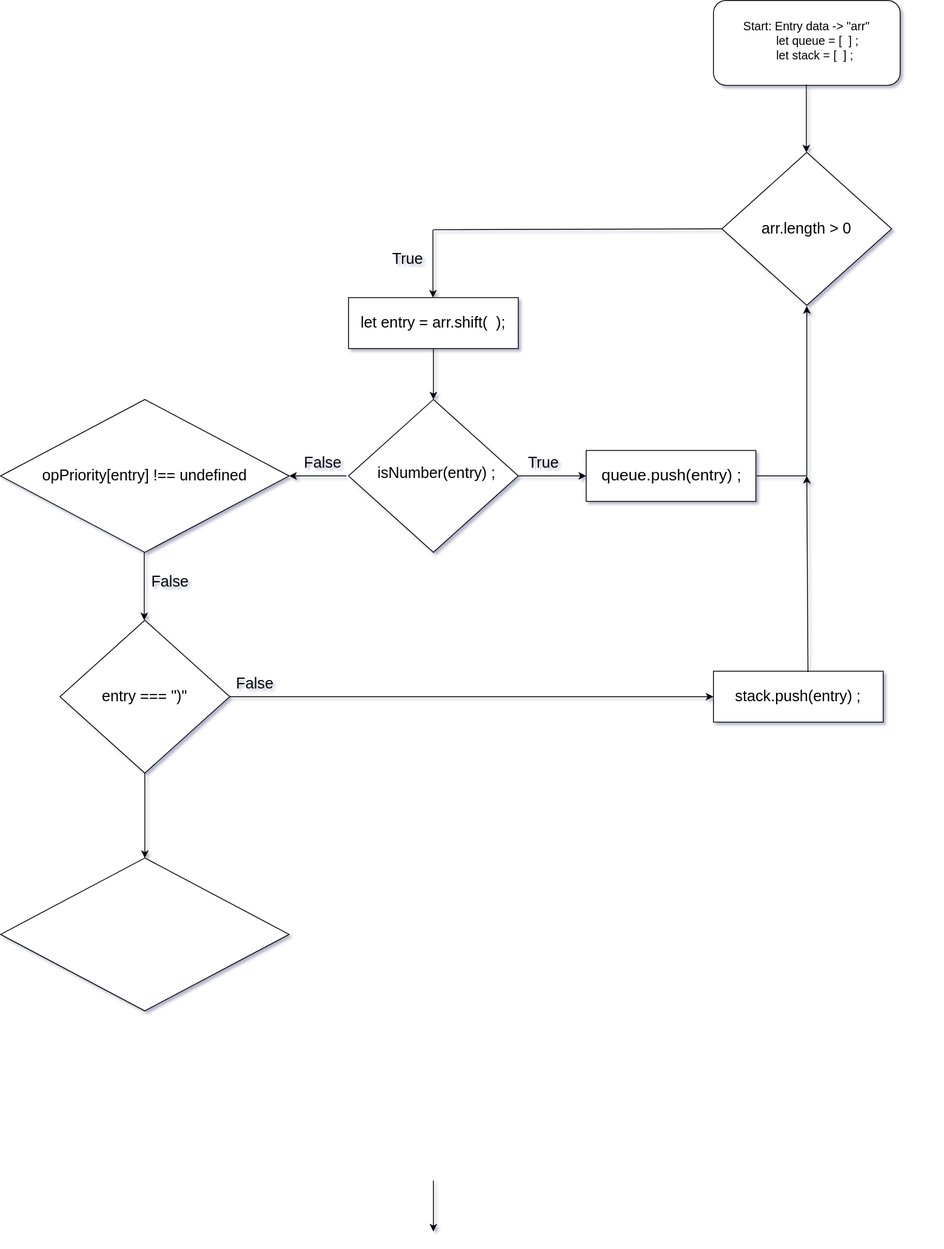
Before: Untitled Diagram.drawio.svg, a diagram exported from draw.io (jcgm3205/jcgm3205). Source tidied: cells renumbered, new cells last; positions are measured from the earlier drawing's top-left corner, leaving out a move shared by most shapes.
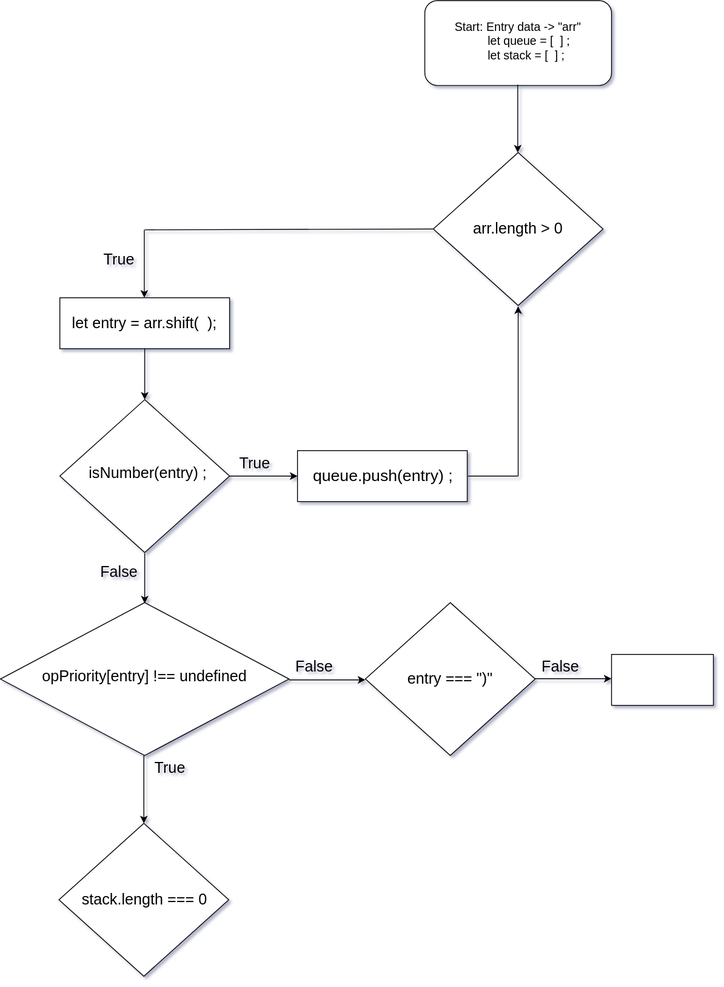
The same file after the commit.

The edit, as a diff of the source:
```diff
@@ -41,32 +41,30 @@
     <mxCell id="12" value="isNumber(entry) ;" style="text;html=1;strokeColor=none;fillColor=none;align=center;verticalAlign=middle;whiteSpace=wrap;rounded=0;fontSize=18;" parent="1" vertex="1">
       <mxGeometry x="434" y="507" width="160" height="100" as="geometry" />
     </mxCell>
-    <mxCell id="13" style="endArrow=classic;html=1;rounded=0;fontSize=18;entryX=1;entryY=0.5;entryDx=0;entryDy=0;" parent="1" edge="1" target="15">
+    <mxCell id="13" style="endArrow=classic;html=1;rounded=0;fontSize=18;" parent="1" edge="1">
       <mxGeometry relative="1" as="geometry">
-        <mxPoint x="407.6" y="560" as="sourcePoint" />
+        <mxPoint x="510" y="651" as="sourcePoint" />
+        <mxPoint x="510" y="710" as="targetPoint" />
       </mxGeometry>
     </mxCell>
     <mxCell id="14" value="False" style="text;html=1;strokeColor=none;fillColor=none;align=center;verticalAlign=middle;whiteSpace=wrap;rounded=0;fontSize=18;" parent="1" vertex="1">
-      <mxGeometry x="350" y="530" width="60" height="30" as="geometry" />
+      <mxGeometry x="450" y="658" width="60" height="30" as="geometry" />
     </mxCell>
     <mxCell id="15" style="rhombus;whiteSpace=wrap;html=1;fontSize=14;" parent="1" vertex="1">
-      <mxGeometry y="470" width="340" height="180" as="geometry" />
+      <mxGeometry x="340" y="709" width="340" height="180" as="geometry" />
     </mxCell>
     <mxCell id="16" value="opPriority[entry] !== undefined" style="text;html=1;strokeColor=none;fillColor=none;align=center;verticalAlign=middle;whiteSpace=wrap;rounded=0;fontSize=18;" parent="1" vertex="1">
-      <mxGeometry x="40" y="520" width="260" height="80" as="geometry" />
+      <mxGeometry x="380" y="756" width="260" height="80" as="geometry" />
     </mxCell>
     <mxCell id="17" style="endArrow=classic;html=1;rounded=0;fontSize=18;" parent="1" edge="1">
       <mxGeometry relative="1" as="geometry">
-        <mxPoint x="169.3" y="650" as="sourcePoint" />
-        <mxPoint x="169.3" y="730" as="targetPoint" />
+        <mxPoint x="509" y="889" as="sourcePoint" />
+        <mxPoint x="509" y="969" as="targetPoint" />
       </mxGeometry>
     </mxCell>
     <mxCell id="18" style="rhombus;whiteSpace=wrap;html=1;fontSize=14;" parent="1" vertex="1">
-      <mxGeometry x="70" y="730" width="200" height="180" as="geometry" />
+      <mxGeometry x="409" y="969" width="200" height="180" as="geometry" />
     </mxCell>
-    <mxCell id="19" style="endArrow=classic;html=1;rounded=0;fontSize=18;exitX=0.5;exitY=1;exitDx=0;exitDy=0;entryX=0.5;entryY=0;entryDx=0;entryDy=0;" parent="1" edge="1" source="18" target="32">
-      <mxGeometry relative="1" as="geometry" />
-    </mxCell>
     <mxCell id="20" style="endArrow=none;html=1;rounded=0;exitX=0;exitY=0.5;exitDx=0;exitDy=0;" parent="1" edge="1" source="5">
       <mxGeometry relative="1" as="geometry">
         <mxPoint x="510" y="270" as="targetPoint" />
@@ -105,37 +103,38 @@
         <mxPoint x="950" y="560" as="targetPoint" />
       </mxGeometry>
     </mxCell>
-    <mxCell id="28" style="rounded=0;whiteSpace=wrap;html=1;fontSize=19;" parent="1" vertex="1">
-      <mxGeometry x="840" y="790" width="200" height="60" as="geometry" />
-    </mxCell>
-    <mxCell id="29" style="endArrow=classic;html=1;rounded=0;fontSize=19;exitX=0.557;exitY=0.017;exitDx=0;exitDy=0;exitPerimeter=0;" parent="1" edge="1" source="31">
-      <mxGeometry relative="1" as="geometry">
-        <mxPoint x="950" y="560" as="targetPoint" />
-      </mxGeometry>
-    </mxCell>
-    <mxCell id="30" style="endArrow=classic;html=1;rounded=0;fontSize=19;entryX=0;entryY=0.5;entryDx=0;entryDy=0;exitX=1;exitY=0.5;exitDx=0;exitDy=0;" parent="1" edge="1" source="18" target="28">
-      <mxGeometry relative="1" as="geometry" />
-    </mxCell>
-    <mxCell id="31" value="&lt;font style=&quot;font-size: 18px&quot;&gt;stack.push(entry) ;&lt;/font&gt;" style="text;html=1;strokeColor=none;fillColor=none;align=center;verticalAlign=middle;whiteSpace=wrap;rounded=0;fontSize=19;" parent="1" vertex="1">
-      <mxGeometry x="840" y="790" width="200" height="60" as="geometry" />
-    </mxCell>
-    <mxCell id="32" style="rhombus;whiteSpace=wrap;html=1;fontSize=14;" parent="1" vertex="1">
-      <mxGeometry y="1010" width="340" height="180" as="geometry" />
-    </mxCell>
-    <mxCell id="33" style="endArrow=classic;html=1;rounded=0;fontSize=18;" parent="1" edge="1">
-      <mxGeometry relative="1" as="geometry">
-        <mxPoint x="510" y="1390" as="sourcePoint" />
-        <mxPoint x="510" y="1450" as="targetPoint" />
-      </mxGeometry>
-    </mxCell>
-    <mxCell id="34" value="False" style="text;html=1;strokeColor=none;fillColor=none;align=center;verticalAlign=middle;whiteSpace=wrap;rounded=0;fontSize=18;" parent="1" vertex="1">
-      <mxGeometry x="170" y="670" width="60" height="30" as="geometry" />
-    </mxCell>
+    <mxCell id="37" style="endArrow=classic;html=1;rounded=0;fontSize=18;" parent="1" edge="1">
+      <mxGeometry relative="1" as="geometry">
+        <mxPoint x="680" y="800" as="sourcePoint" />
+        <mxPoint x="770" y="800" as="targetPoint" />
+      </mxGeometry>
+    </mxCell>
+    <mxCell id="38" style="rhombus;whiteSpace=wrap;html=1;fontSize=14;" parent="1" vertex="1">
+      <mxGeometry x="770" y="709" width="200" height="180" as="geometry" />
+    </mxCell>
     <mxCell id="35" value="entry === &quot;)&quot;" style="text;html=1;strokeColor=none;fillColor=none;align=center;verticalAlign=middle;whiteSpace=wrap;rounded=0;fontSize=18;" parent="1" vertex="1">
-      <mxGeometry x="97" y="790" width="146" height="60" as="geometry" />
+      <mxGeometry x="790" y="749" width="160" height="100" as="geometry" />
     </mxCell>
-    <mxCell id="36" value="False" style="text;html=1;strokeColor=none;fillColor=none;align=center;verticalAlign=middle;whiteSpace=wrap;rounded=0;fontSize=18;" parent="1" vertex="1">
-      <mxGeometry x="270" y="790" width="60" height="30" as="geometry" />
-    </mxCell>
+    <mxCell id="39" value="False" style="text;html=1;strokeColor=none;fillColor=none;align=center;verticalAlign=middle;whiteSpace=wrap;rounded=0;fontSize=18;" parent="1" vertex="1">
+      <mxGeometry x="680" y="770" width="60" height="30" as="geometry" />
+    </mxCell>
+    <mxCell id="40" value="False" style="text;html=1;strokeColor=none;fillColor=none;align=center;verticalAlign=middle;whiteSpace=wrap;rounded=0;fontSize=18;" parent="1" vertex="1">
+      <mxGeometry x="970" y="770" width="60" height="30" as="geometry" />
+    </mxCell>
+    <mxCell id="41" style="endArrow=classic;html=1;rounded=0;fontSize=18;" parent="1" edge="1">
+      <mxGeometry relative="1" as="geometry">
+        <mxPoint x="970" y="798.6" as="sourcePoint" />
+        <mxPoint x="1060" y="798.6" as="targetPoint" />
+      </mxGeometry>
+    </mxCell>
+    <mxCell id="42" style="rounded=0;whiteSpace=wrap;html=1;fontSize=18;" parent="1" vertex="1">
+      <mxGeometry x="1060" y="770" width="120" height="60" as="geometry" />
+    </mxCell>
+    <mxCell id="43" value="&lt;font style=&quot;font-size: 18px&quot;&gt;stack.length === 0&lt;/font&gt;" style="text;html=1;strokeColor=none;fillColor=none;align=center;verticalAlign=middle;whiteSpace=wrap;rounded=0;fontSize=15;strokeWidth=2;" parent="1" vertex="1">
+      <mxGeometry x="420" y="1044" width="180" height="30" as="geometry" />
+    </mxCell>
+    <mxCell id="44" value="True" style="text;html=1;strokeColor=none;fillColor=none;align=center;verticalAlign=middle;whiteSpace=wrap;rounded=0;fontSize=18;" parent="1" vertex="1">
+      <mxGeometry x="510" y="889" width="60" height="30" as="geometry" />
+    </mxCell>
   </root>
 </mxGraphModel>
```
